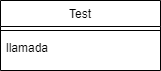
This is UML/Logger.drawio.png from rnoguer22/Entrega_por_Parejas_UML_Codigo, a draw.io export, as it was before one commit. Source tidied: cells renumbered, new cells last; positions are measured from the earlier drawing's top-left corner, leaving out a move shared by most shapes.
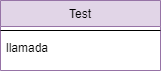
The same file after the commit.

Change to the diagram source:
```diff
@@ -2,7 +2,7 @@
   <root>
     <mxCell id="0" />
     <mxCell id="1" parent="0" />
-    <mxCell id="2" value="Test" style="swimlane;fontStyle=0;align=center;verticalAlign=top;horizontal=1;startSize=26;rounded=0;shadow=0;strokeWidth=1;" parent="1" vertex="1">
+    <mxCell id="2" value="Test" style="swimlane;fontStyle=0;align=center;verticalAlign=top;horizontal=1;startSize=26;rounded=0;shadow=0;strokeWidth=1;fillColor=#e1d5e7;strokeColor=#9673a6;" parent="1" vertex="1">
       <mxGeometry width="160" height="70" as="geometry" />
     </mxCell>
     <mxCell id="3" style="line;html=1;strokeWidth=1;align=left;verticalAlign=middle;spacingTop=-1;spacingLeft=3;spacingRight=3;labelPosition=right;" parent="2" vertex="1">
```
